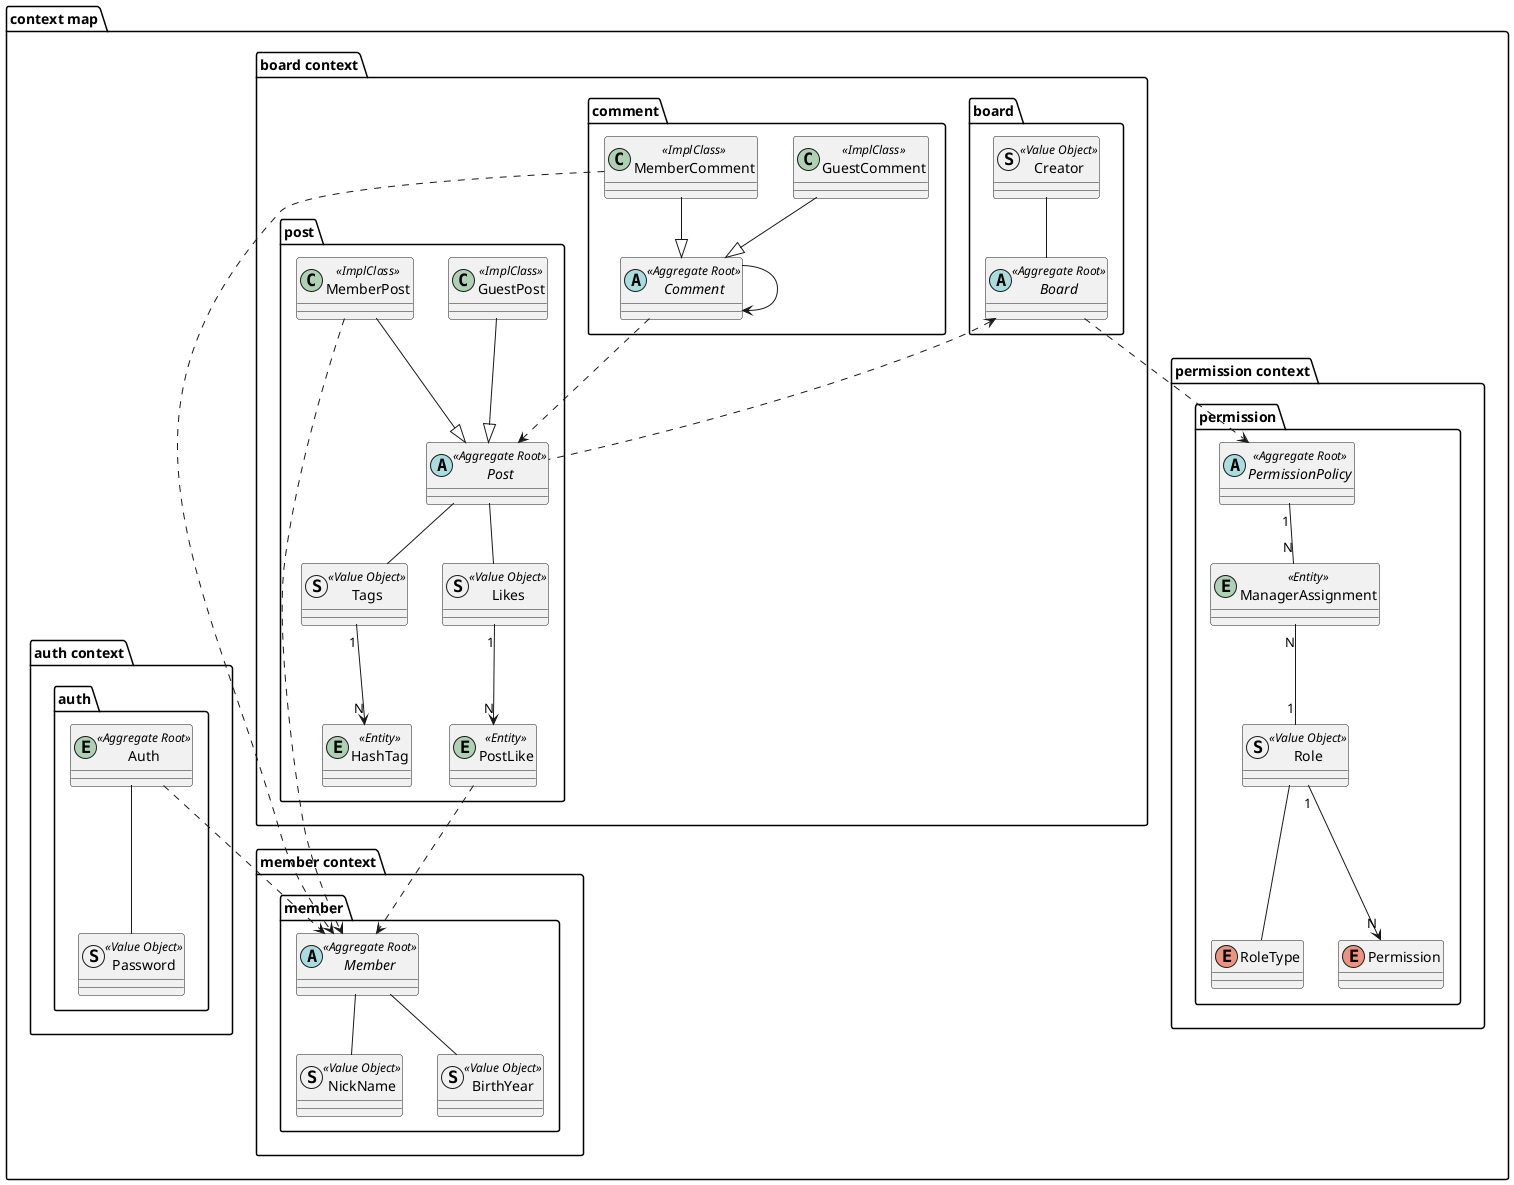
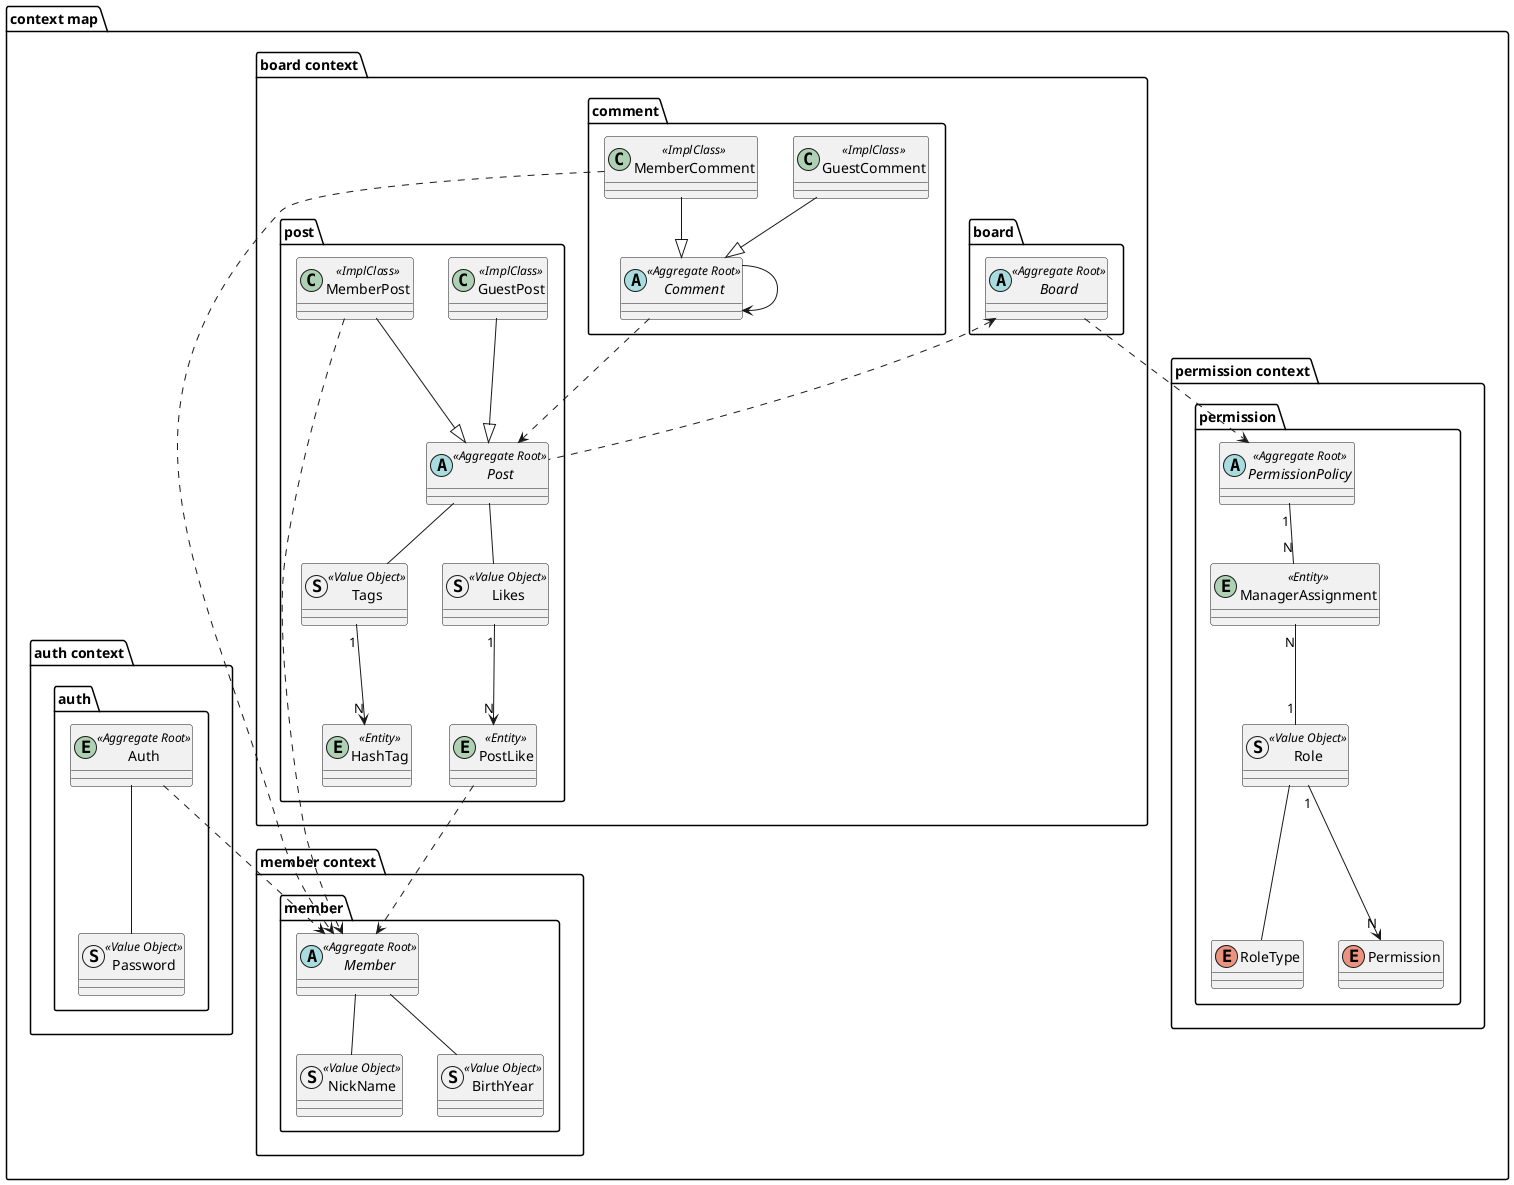
@startuml

package "context map" {
    package "board context"{
        package "board"{
            abstract Board <<Aggregate Root>>{
            }
-             struct Creator <<Value Object>>{
-             }
-             Creator -- Board
        }

        package "post"{
            abstract Post <<Aggregate Root>>{
            }
            class GuestPost <<ImplClass>>{
            }
            class MemberPost <<ImplClass>>{
            }
            '해시태그
            entity HashTag <<Entity>>{
            }
            struct Tags <<Value Object>>{
            }
            Post -- Tags
            Tags "1" --> "N" HashTag
            '좋아요
            entity PostLike <<Entity>>{
            }
            struct Likes <<Value Object>>{
            }
            Post -- Likes
            Likes "1" --> "N" PostLike
        }

        package "comment"{
            abstract Comment <<Aggregate Root>>{
            }
            class GuestComment <<ImplClass>>{
            }
            class MemberComment <<ImplClass>>{
            }
        }

        GuestPost --|> Post
        MemberPost --|> Post
        GuestComment --|> Comment
        MemberComment --|> Comment

    }

    package "member context"{
        package "member"{
          abstract Member <<Aggregate Root>>{
          }
          struct NickName <<Value Object>>{
          }
          struct BirthYear <<Value Object>>{
          }
          Member -- NickName
          Member -- BirthYear
        }
    }

  package "permission context" {
        package "permission" {
            abstract PermissionPolicy <<Aggregate Root>> {
            }

            entity ManagerAssignment <<Entity>> {
            }

            struct Role <<Value Object>> {
            }

            enum RoleType {
            }

            enum Permission {
            }

            Role "1" --> "N" Permission

            PermissionPolicy "1" -- "N" ManagerAssignment
            ManagerAssignment "N" -- "1" Role
            Role -- RoleType
        }
    }

    package "auth context" {
        package "auth"{
            entity Auth <<Aggregate Root>> {
            }
            struct Password <<Value Object>>{
            }

            Auth -- Password
        }
    }

    Board <.. Post

    MemberPost ..> Member
    PostLike ..> Member
    MemberComment ..> Member
    Comment ..> Post
    Comment --> Comment
    Board ..> PermissionPolicy

    Auth ..> Member

}
@enduml
